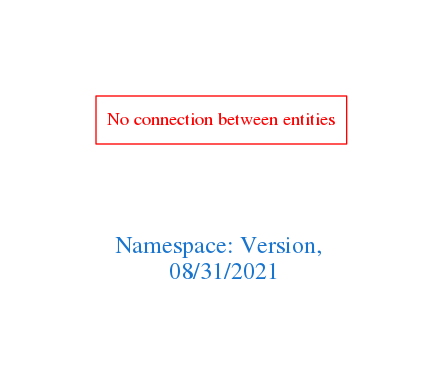
The Graphviz diagram downloads/Version.png in arago/OGIT, before a commit. Its source is kept beside it as downloads/Version.dot.
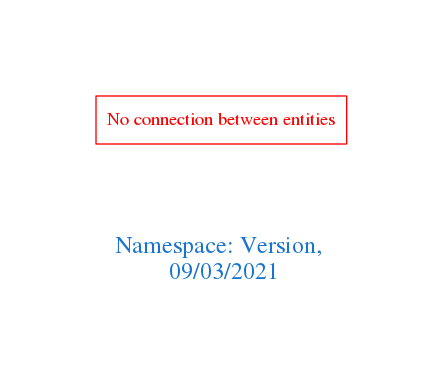
After the commit.

Change to the diagram source:
```diff
@@ -1,7 +1,7 @@
 digraph OGIT_ontology {
  graph [ rankdir= LR,pad=1
 fontsize = 18,
-fontcolor= dodgerblue3,label = "\n\n\nNamespace: Version, \n 08/31/2021"];
+fontcolor= dodgerblue3,label = "\n\n\nNamespace: Version, \n 09/03/2021"];
 node[shape=polygon];
 edge [  color="gray81"];
 
```
